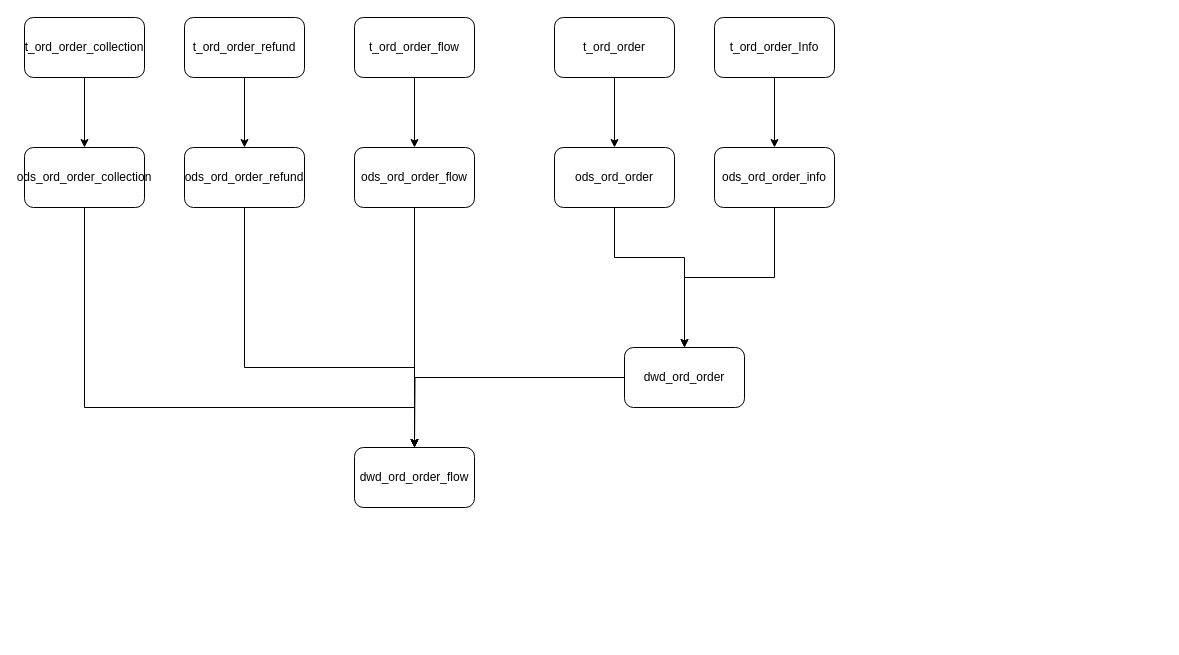
Earlier version of the draw.io diagram 实时订单处理.drawio (hhyouyou/draw). Source tidied: cells renumbered, new cells numbered last; positions are measured from the earlier drawing's top-left corner, leaving out a move shared by most shapes. Both pictures are drawn from the tidied source at 100%, with x=0, y=0 at pixel (24, 17).
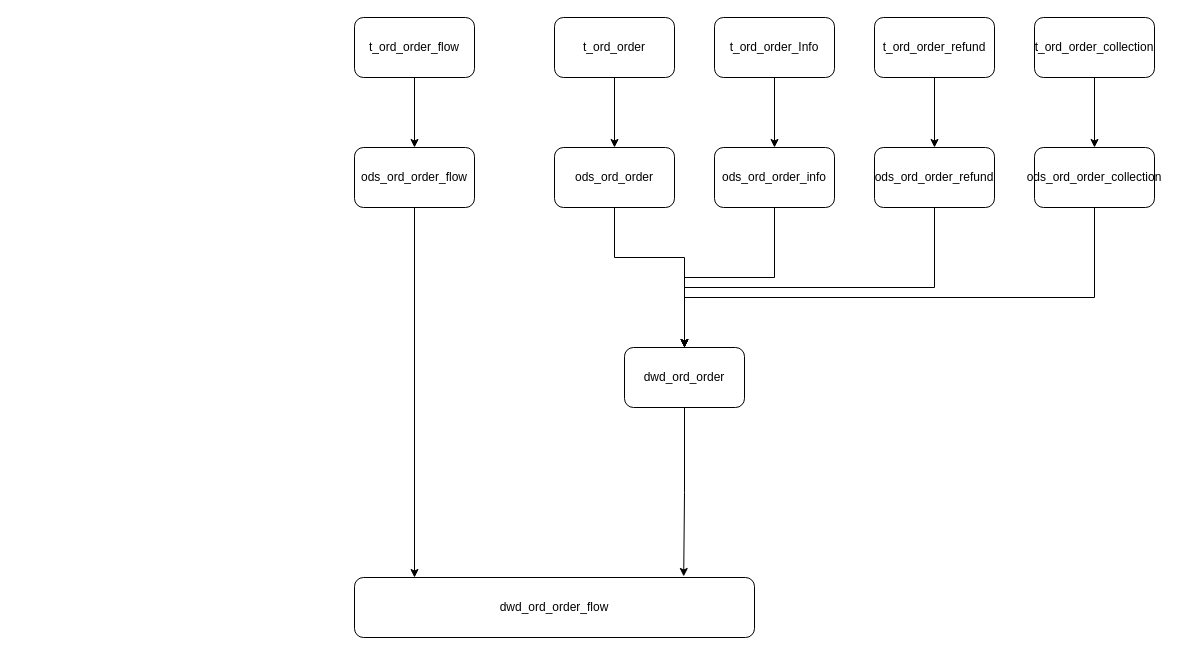
After the change.

Commit message:
更新实时订单处理.drawio

Unchanged cells that the change refers to:
```xml
<mxCell id="3" value="ods_ord_order_flow" style="rounded=1;whiteSpace=wrap;html=1;" parent="1" vertex="1">
  <mxGeometry x="330" y="130" width="120" height="60" as="geometry" />
</mxCell>
<mxCell id="15" value="dwd_ord_order" style="rounded=1;whiteSpace=wrap;html=1;" parent="1" vertex="1">
  <mxGeometry x="600" y="330" width="120" height="60" as="geometry" />
</mxCell>
```

What changed in the source:
```diff
@@
-    <mxCell id="2" style="edgeStyle=orthogonalEdgeStyle;rounded=0;jettySize=auto;html=1;" parent="1" edge="1" source="3" target="16">
-      <mxGeometry relative="1" as="geometry" />
-    </mxCell>
@@
-    <mxCell id="14" style="edgeStyle=orthogonalEdgeStyle;rounded=0;jettySize=auto;html=1;" parent="1" edge="1" source="15">
-      <mxGeometry relative="1" as="geometry">
-        <mxPoint x="390" y="430" as="targetPoint" />
-      </mxGeometry>
-    </mxCell>
+    <mxCell id="25" style="edgeStyle=orthogonalEdgeStyle;rounded=0;jettySize=auto;html=1;entryX=0.823;entryY=-0.017;entryDx=0;entryDy=0;entryPerimeter=0;" parent="1" edge="1" source="15" target="16">
+      <mxGeometry relative="1" as="geometry" />
+    </mxCell>
@@
     <mxCell id="16" value="dwd_ord_order_flow" style="rounded=1;whiteSpace=wrap;html=1;" parent="1" vertex="1">
-      <mxGeometry x="330" y="430" width="120" height="60" as="geometry" />
+      <mxGeometry x="330" y="560" width="400" height="60" as="geometry" />
     </mxCell>
-    <mxCell id="17" style="edgeStyle=orthogonalEdgeStyle;rounded=0;jettySize=auto;html=1;entryX=0.5;entryY=0;entryDx=0;entryDy=0;" parent="1" edge="1" source="18" target="16">
-      <mxGeometry relative="1" as="geometry">
-        <Array as="points">
-          <mxPoint x="60" y="390" />
-          <mxPoint x="390" y="390" />
-        </Array>
-      </mxGeometry>
-    </mxCell>
+    <mxCell id="26" style="edgeStyle=orthogonalEdgeStyle;rounded=0;jettySize=auto;html=1;entryX=0.5;entryY=0;entryDx=0;entryDy=0;" parent="1" edge="1" source="18" target="15">
+      <mxGeometry relative="1" as="geometry">
+        <Array as="points">
+          <mxPoint x="1070" y="280" />
+          <mxPoint x="660" y="280" />
+        </Array>
+      </mxGeometry>
+    </mxCell>
     <mxCell id="18" value="ods_ord_order_collection" style="rounded=1;whiteSpace=wrap;html=1;" parent="1" vertex="1">
-      <mxGeometry y="130" width="120" height="60" as="geometry" />
+      <mxGeometry x="1010" y="130" width="120" height="60" as="geometry" />
     </mxCell>
@@
     <mxCell id="20" value="t_ord_order_collection" style="rounded=1;whiteSpace=wrap;html=1;" parent="1" vertex="1">
-      <mxGeometry width="120" height="60" as="geometry" />
+      <mxGeometry x="1010" width="120" height="60" as="geometry" />
     </mxCell>
-    <mxCell id="21" style="edgeStyle=orthogonalEdgeStyle;rounded=0;jettySize=auto;html=1;entryX=0.5;entryY=0;entryDx=0;entryDy=0;" parent="1" edge="1" source="22" target="16">
-      <mxGeometry relative="1" as="geometry">
-        <Array as="points">
-          <mxPoint x="220" y="350" />
-          <mxPoint x="390" y="350" />
-        </Array>
-      </mxGeometry>
-    </mxCell>
+    <mxCell id="27" style="edgeStyle=orthogonalEdgeStyle;rounded=0;jettySize=auto;html=1;entryX=0.5;entryY=0;entryDx=0;entryDy=0;" parent="1" edge="1" source="22" target="15">
+      <mxGeometry relative="1" as="geometry">
+        <Array as="points">
+          <mxPoint x="910" y="270" />
+          <mxPoint x="660" y="270" />
+        </Array>
+      </mxGeometry>
+    </mxCell>
     <mxCell id="22" value="ods_ord_order_refund" style="rounded=1;whiteSpace=wrap;html=1;" parent="1" vertex="1">
-      <mxGeometry x="160" y="130" width="120" height="60" as="geometry" />
+      <mxGeometry x="850" y="130" width="120" height="60" as="geometry" />
     </mxCell>
@@
     <mxCell id="24" value="t_ord_order_refund" style="rounded=1;whiteSpace=wrap;html=1;" parent="1" vertex="1">
-      <mxGeometry x="160" width="120" height="60" as="geometry" />
+      <mxGeometry x="850" width="120" height="60" as="geometry" />
     </mxCell>
+    <mxCell id="2" style="edgeStyle=orthogonalEdgeStyle;rounded=0;jettySize=auto;html=1;entryX=0.15;entryY=0;entryDx=0;entryDy=0;entryPerimeter=0;" parent="1" edge="1" source="3" target="16">
+      <mxGeometry relative="1" as="geometry" />
+    </mxCell>
```
